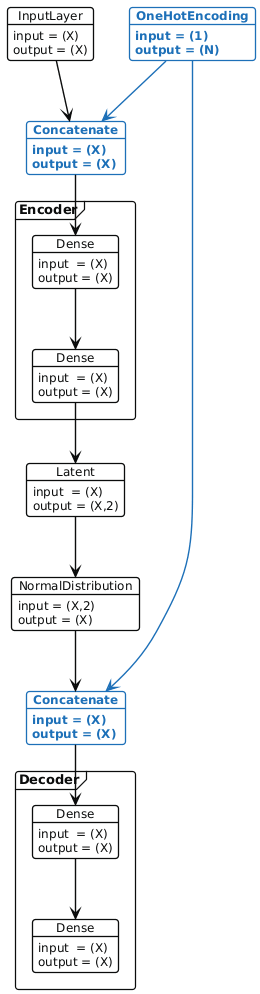
Above: misc/ml/example-2026-04-18/diagram-cvae.png in aezarebski/aezarebski.github.io (PlantUML), before the change. Source of this version:
```plantuml
@startuml
<style>

:root {
    --text: #0b0c0c;
    --line: #0b0c0c;
    --brand: #1d70b8;
    --success: #0f7a52;
    --surface-border: #8eb8dc;
    --surface-background: #f4f8fb;
    --main-background: #ffffff;
    --focus: #ffdd00;
}

document {
  BackGroundColor var(--main-background);
}

arrow {
  LineColor var(--line);
  LineThickness 1.4
}

frame {
  BackGroundColor: var(--main-background);
  LineColor: var(--line);
  LineThickness 1.2
  FontColor: var(--text);
  FontName "DejaVu Sans"
  FontSize 13
  RoundCorner 6
}


object {
  BackGroundColor: var(--main-background);
  LineColor: var(--line);
  LineThickness 1.3
  FontColor: var(--text);
  FontName "DejaVu Sans"
  FontSize 12
  RoundCorner 6
  .ohe {
        FontStyle: bold;
        FontColor: var(--brand);
        LineColor: var(--brand);
  }
}

note {
  BackGroundColor: var(--focus);
  LineColor: var(--line);
  FontColor: var(--text);
  FontName "DejaVu Sans"
  FontSize 12
}
</style>

top to bottom direction
hide stereotype


object "InputLayer" as i1 {
  input = (X)
  output = (X)
}

object "Concatenate" as cat1 <<ohe>> {
  input = (X)
  output = (X)
}

frame Encoder {

object "Dense" as e1 {
  input  = (X)
  output = (X)
}

object "Dense" as e2 {
  input  = (X)
  output = (X)
}

    e1 --> e2
    }



frame Decoder {

object "Dense" as d1 {
  input  = (X)
  output = (X)
}

object "Dense" as d2 {
  input  = (X)
  output = (X)
}

    d1 --> d2
    }

object "Latent" as l {
  input  = (X)
  output = (X,2)
}

object "NormalDistribution" as normdist {
  input = (X,2)
  output = (X)
}

object "OneHotEncoding" as ohe <<ohe>> {
  input = (1)
  output = (N)
}

object "Concatenate" as cat2 <<ohe>> {
  input = (X)
  output = (X)
}

i1 --> cat1
ohe -[#1d70b8]-> cat1
cat1 --> e1
e2 --> l
l --> normdist
normdist --> cat2
ohe -[#1d70b8]-> cat2
cat2 --> d1




@enduml
```
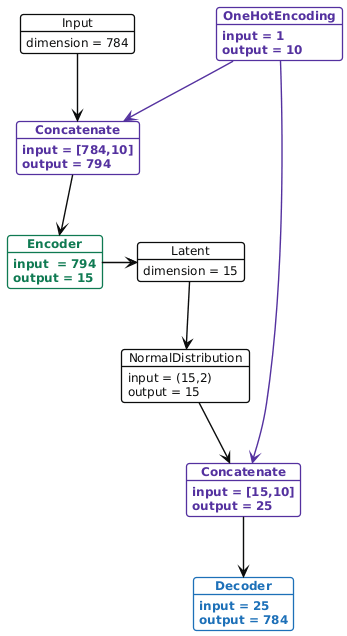
After the change.

Diff of the diagram source:
```diff
@@ -1,4 +1,5 @@
 @startuml
+allowmixing
 <style>
 
 :root {
@@ -10,6 +11,7 @@
     --surface-background: #f4f8fb;
     --main-background: #ffffff;
     --focus: #ffdd00;
+    --link-visited: #54319f;
 }
 
 document {
@@ -29,6 +31,16 @@
   FontName "DejaVu Sans"
   FontSize 13
   RoundCorner 6
+  .decoder {
+        FontStyle: bold;
+        FontColor: var(--brand);
+        LineColor: var(--brand);
+	}
+  .encoder {
+        FontStyle: bold;
+        FontColor: var(--success);
+        LineColor: var(--success);
+	}
 }
 
 
@@ -40,17 +52,27 @@
   FontName "DejaVu Sans"
   FontSize 12
   RoundCorner 6
-  .ohe {
+  .decoder {
         FontStyle: bold;
         FontColor: var(--brand);
         LineColor: var(--brand);
-  }
+	}
+  .encoder {
+        FontStyle: bold;
+        FontColor: var(--success);
+        LineColor: var(--success);
+	}
+  .highlight {
+        FontStyle: bold;
+        FontColor: var(--link-visited);
+        LineColor: var(--link-visited);
+	}
 }
 
 note {
-  BackGroundColor: var(--focus);
-  LineColor: var(--line);
-  FontColor: var(--text);
+  BackGroundColor: var(--main-background);
+  LineColor: var(--link-visited);
+  FontColor: var(--link-visited);
   FontName "DejaVu Sans"
   FontSize 12
 }
@@ -59,77 +81,54 @@
 top to bottom direction
 hide stereotype
 
-
-object "InputLayer" as i1 {
-  input = (X)
-  output = (X)
+object "Input" as input {
+dimension = 784
 }
 
-object "Concatenate" as cat1 <<ohe>> {
-  input = (X)
-  output = (X)
+object "Latent" as latent {
+dimension = 15
 }
 
-frame Encoder {
-
-object "Dense" as e1 {
-  input  = (X)
-  output = (X)
+object "Concatenate" as cat1 <<highlight>> {
+  input = [784,10]
+  output = 794
 }
 
-object "Dense" as e2 {
-  input  = (X)
-  output = (X)
+object "OneHotEncoding" as ohe1 <<highlight>> {
+  input = 1
+  output = 10
 }
 
-    e1 --> e2
-    }
+input --> cat1
 
-
-
-frame Decoder {
-
-object "Dense" as d1 {
-  input  = (X)
-  output = (X)
+object "Encoder" as eHighLevel <<encoder>> {
+  input  = 794
+  output = 15
 }
 
-object "Dense" as d2 {
-  input  = (X)
-  output = (X)
-}
-
-    d1 --> d2
-    }
-
-object "Latent" as l {
-  input  = (X)
-  output = (X,2)
+object "Decoder" as dHighLevel <<decoder>> {
+input = 25
+output = 784
 }
 
 object "NormalDistribution" as normdist {
-  input = (X,2)
-  output = (X)
+	input = (15,2)
+	output = 15
 }
 
-object "OneHotEncoding" as ohe <<ohe>> {
-  input = (1)
-  output = (N)
+
+object "Concatenate" as cat2 <<highlight>> {
+  input = [15,10]
+  output = 25
 }
 
-object "Concatenate" as cat2 <<ohe>> {
-  input = (X)
-  output = (X)
-}
-
-i1 --> cat1
-ohe -[#1d70b8]-> cat1
-cat1 --> e1
-e2 --> l
-l --> normdist
+ohe1 -[#54319f]-> cat1
+cat1 --> eHighLevel
+eHighLevel -> latent
+latent --> normdist
 normdist --> cat2
-ohe -[#1d70b8]-> cat2
-cat2 --> d1
+ohe1 -[#54319f]-> cat2
+cat2 --> dHighLevel
 
 
 
```
